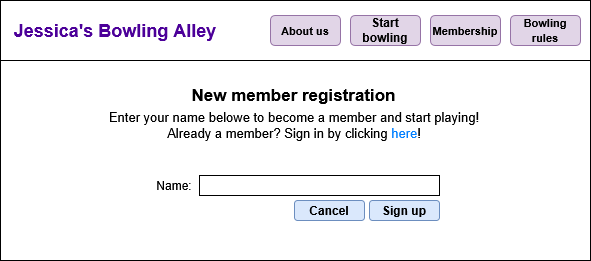
Above: Docs/wireframe-registration.png in jesscampb/BowlingAlley (draw.io), before the change. Source tidied: cells renumbered, new cells last; positions are measured from the earlier drawing's top-left corner, leaving out a move shared by most shapes.
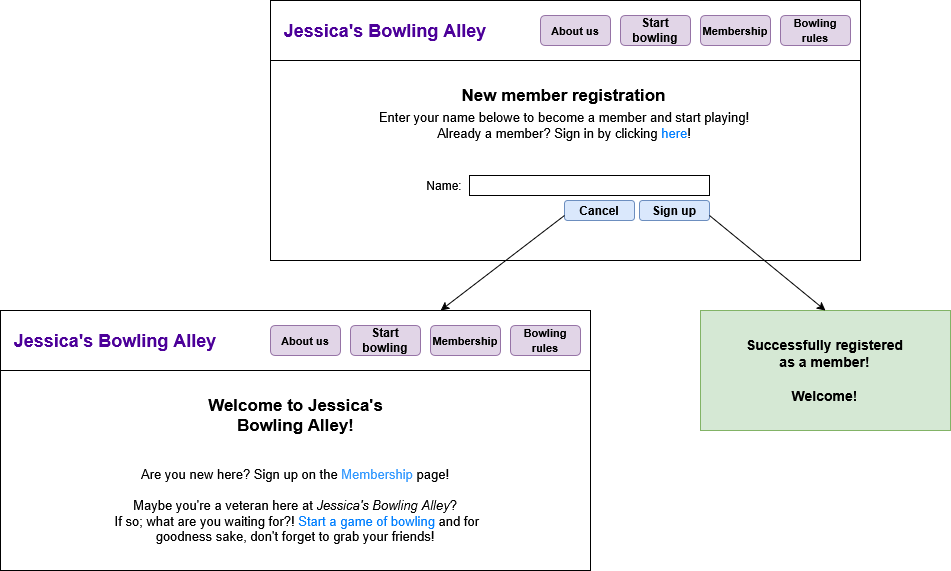
After the change.

Commit message:
Updated and expanded class diagram and wireframe

The edit, as a diff of the source:
```diff
@@ -26,7 +26,7 @@
     <mxCell id="9" value="&lt;b&gt;Sign up&lt;/b&gt;" style="rounded=1;whiteSpace=wrap;html=1;fillColor=#dae8fc;strokeColor=#6c8ebf;" parent="1" vertex="1">
       <mxGeometry x="369" y="200" width="70" height="20" as="geometry" />
     </mxCell>
-    <mxCell id="10" value="&lt;div&gt;&lt;font style=&quot;font-size: 13px;&quot;&gt;Enter your name belowe to become a member and start playing!&lt;/font&gt;&lt;/div&gt;&lt;div&gt;&lt;font style=&quot;font-size: 13px;&quot;&gt;Already a member? Sign in by clicking &lt;span style=&quot;color: rgb(0, 127, 255);&quot;&gt;here&lt;/span&gt;!&lt;/font&gt;&lt;/div&gt;" style="text;html=1;align=center;verticalAlign=middle;whiteSpace=wrap;rounded=0;" parent="1" vertex="1">
+    <mxCell id="10" value="&lt;div&gt;&lt;font style=&quot;font-size: 13px;&quot;&gt;Enter your name belowe to become a member and start playing!&lt;/font&gt;&lt;/div&gt;&lt;div&gt;&lt;font style=&quot;font-size: 13px;&quot;&gt;Already a member? Sign in by clicking &lt;span style=&quot;color: rgb(0, 127, 255);&quot;&gt;&lt;span style=&quot;color: rgb(0, 127, 255);&quot;&gt;here&lt;/span&gt;&lt;/span&gt;!&lt;/font&gt;&lt;/div&gt;" style="text;html=1;align=center;verticalAlign=middle;whiteSpace=wrap;rounded=0;" parent="1" vertex="1">
       <mxGeometry x="104" y="110" width="380" height="30" as="geometry" />
     </mxCell>
     <mxCell id="11" value="&lt;b&gt;Cancel&lt;/b&gt;" style="rounded=1;whiteSpace=wrap;html=1;fillColor=#dae8fc;strokeColor=#6c8ebf;" parent="1" vertex="1">
@@ -41,5 +41,46 @@
     <mxCell id="14" value="&lt;b&gt;Start bowling&lt;/b&gt;" style="rounded=1;whiteSpace=wrap;html=1;fillColor=#e1d5e7;strokeColor=#9673a6;" parent="1" vertex="1">
       <mxGeometry x="350" y="15" width="70" height="30" as="geometry" />
     </mxCell>
+    <mxCell id="15" style="rounded=0;whiteSpace=wrap;html=1;fillColor=#d5e8d4;strokeColor=#82b366;" parent="1" vertex="1">
+      <mxGeometry x="430" y="310" width="250" height="120" as="geometry" />
+    </mxCell>
+    <mxCell id="16" value="&lt;div&gt;&lt;b&gt;&lt;font style=&quot;font-size: 14px;&quot;&gt;Successfully registered as a member!&lt;/font&gt;&lt;/b&gt;&lt;/div&gt;&lt;div&gt;&lt;b&gt;&lt;font style=&quot;font-size: 14px;&quot;&gt;&lt;br&gt;&lt;/font&gt;&lt;/b&gt;&lt;/div&gt;&lt;div&gt;&lt;b&gt;&lt;font style=&quot;font-size: 14px;&quot;&gt;Welcome!&lt;/font&gt;&lt;/b&gt;&lt;/div&gt;" style="text;html=1;align=center;verticalAlign=middle;whiteSpace=wrap;rounded=0;" parent="1" vertex="1">
+      <mxGeometry x="474.4" y="347.5" width="161.2" height="45" as="geometry" />
+    </mxCell>
+    <mxCell id="17" style="endArrow=classic;html=1;rounded=0;entryX=0.5;entryY=0;entryDx=0;entryDy=0;exitX=1;exitY=0.75;exitDx=0;exitDy=0;" parent="1" edge="1" source="9" target="15">
+      <mxGeometry relative="1" as="geometry" />
+    </mxCell>
+    <mxCell id="18" style="rounded=0;whiteSpace=wrap;html=1;" parent="1" vertex="1">
+      <mxGeometry x="-270" y="370" width="590" height="200" as="geometry" />
+    </mxCell>
+    <mxCell id="19" style="rounded=0;whiteSpace=wrap;html=1;" parent="1" vertex="1">
+      <mxGeometry x="-270" y="310" width="590" height="60" as="geometry" />
+    </mxCell>
+    <mxCell id="20" value="&lt;font style=&quot;color: rgb(76, 0, 153); font-size: 18px;&quot;&gt;&lt;b&gt;Jessica's Bowling Alley&lt;/b&gt;&lt;/font&gt;" style="text;html=1;align=center;verticalAlign=middle;whiteSpace=wrap;rounded=0;" parent="1" vertex="1">
+      <mxGeometry x="-260" y="325" width="210" height="30" as="geometry" />
+    </mxCell>
+    <mxCell id="21" value="&lt;div&gt;&lt;font style=&quot;font-size: 11px;&quot;&gt;&lt;b&gt;Bowling&lt;/b&gt;&lt;/font&gt;&lt;/div&gt;&lt;div&gt;&lt;font style=&quot;font-size: 11px;&quot;&gt;&lt;b&gt;rules&lt;/b&gt;&lt;/font&gt;&lt;/div&gt;" style="rounded=1;whiteSpace=wrap;html=1;fillColor=#e1d5e7;strokeColor=#9673a6;" parent="1" vertex="1">
+      <mxGeometry x="240" y="325" width="70" height="30" as="geometry" />
+    </mxCell>
+    <mxCell id="22" value="&lt;font style=&quot;font-size: 17px;&quot;&gt;&lt;b&gt;&lt;font&gt;Welcome to Jessica's Bowling Alley!&lt;/font&gt;&lt;/b&gt;&lt;/font&gt;" style="text;html=1;align=center;verticalAlign=middle;whiteSpace=wrap;rounded=0;" parent="1" vertex="1">
+      <mxGeometry x="-85.5" y="400" width="221" height="30" as="geometry" />
+    </mxCell>
+    <mxCell id="23" value="&lt;div&gt;&lt;font style=&quot;font-size: 13px;&quot;&gt;Are you new here? Sign up on the &lt;span style=&quot;color: rgb(51, 153, 255);&quot;&gt;Membership &lt;/span&gt;page!&lt;/font&gt;&lt;/div&gt;&lt;div&gt;&lt;font style=&quot;font-size: 13px;&quot;&gt;&lt;br&gt;&lt;/font&gt;&lt;/div&gt;&lt;div&gt;&lt;font style=&quot;font-size: 13px;&quot;&gt;Maybe you're a veteran here at &lt;i&gt;Jessica's Bowling Alley&lt;/i&gt;?&lt;/font&gt;&lt;/div&gt;&lt;font style=&quot;font-size: 13px;&quot;&gt;&amp;nbsp;If so; what are you waiting for?! &lt;span style=&quot;color: rgb(0, 127, 255);&quot;&gt;Start a game of bowling&lt;/span&gt; and for goodness sake, don't forget to grab your friends!&lt;/font&gt;" style="text;html=1;align=center;verticalAlign=middle;whiteSpace=wrap;rounded=0;" parent="1" vertex="1">
+      <mxGeometry x="-165" y="460" width="380" height="90" as="geometry" />
+    </mxCell>
+    <mxCell id="24" value="&lt;font style=&quot;font-size: 11px;&quot;&gt;&lt;b&gt;Membership&lt;/b&gt;&lt;/font&gt;" style="rounded=1;whiteSpace=wrap;html=1;fillColor=#e1d5e7;strokeColor=#9673a6;" parent="1" vertex="1">
+      <mxGeometry x="160" y="325" width="70" height="30" as="geometry" />
+    </mxCell>
+    <mxCell id="25" value="&lt;font style=&quot;font-size: 11px;&quot;&gt;&lt;b&gt;About us&lt;/b&gt;&lt;/font&gt;" style="rounded=1;whiteSpace=wrap;html=1;fillColor=#e1d5e7;strokeColor=#9673a6;" parent="1" vertex="1">
+      <mxGeometry y="325" width="70" height="30" as="geometry" />
+    </mxCell>
+    <mxCell id="26" value="&lt;b&gt;Start bowling&lt;/b&gt;" style="rounded=1;whiteSpace=wrap;html=1;fillColor=#e1d5e7;strokeColor=#9673a6;" parent="1" vertex="1">
+      <mxGeometry x="80" y="325" width="70" height="30" as="geometry" />
+    </mxCell>
+    <mxCell id="27" style="endArrow=classic;html=1;rounded=0;exitX=0;exitY=0.75;exitDx=0;exitDy=0;" parent="1" edge="1" source="11">
+      <mxGeometry relative="1" as="geometry">
+        <mxPoint x="170" y="310" as="targetPoint" />
+      </mxGeometry>
+    </mxCell>
   </root>
 </mxGraphModel>
```
